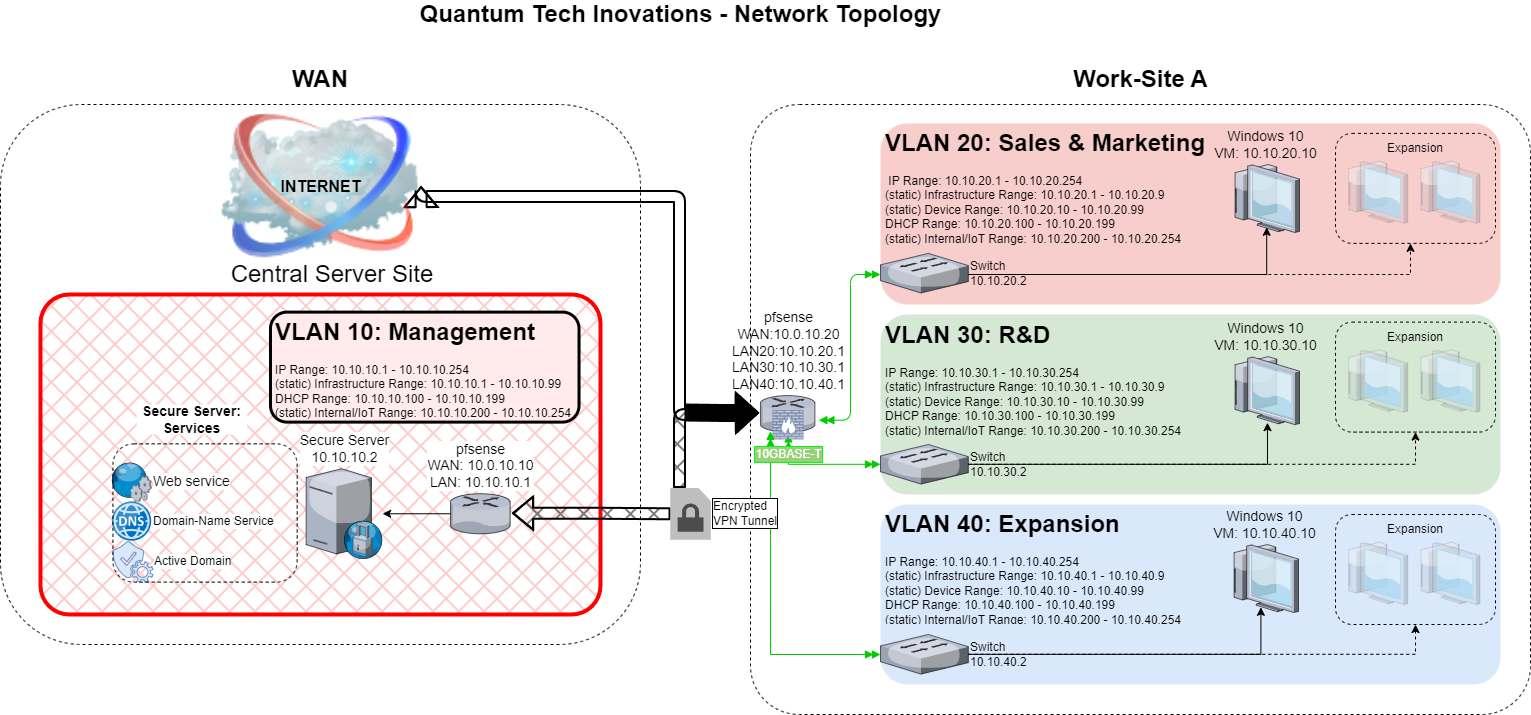
Earlier version of the draw.io export initial2.0.drawio.png (JingLbyte/documentation). Source tidied: cells renumbered, new cells last; positions are measured from the earlier drawing's top-left corner, leaving out a move shared by most shapes.
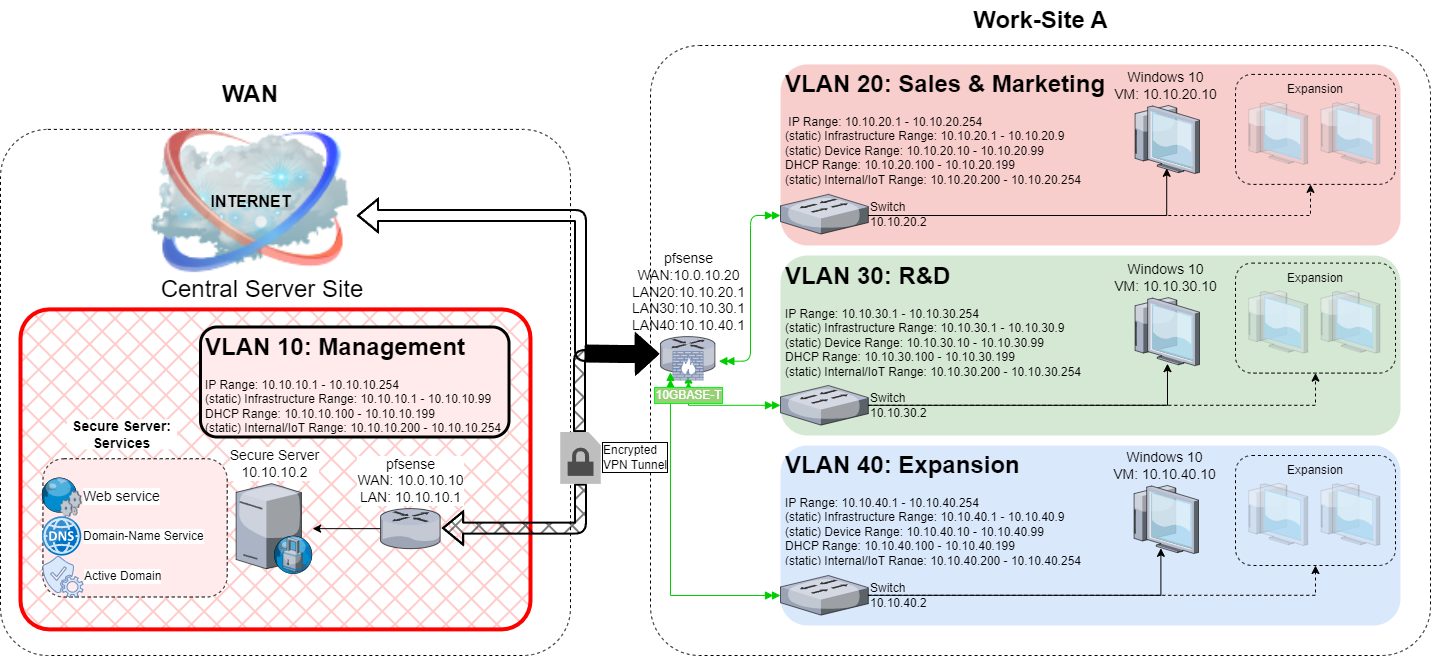
Later version of the same file.

What changed in the source:
```diff
@@ -2,8 +2,8 @@
   <root>
     <mxCell id="0" style="html=1;" />
     <mxCell id="1" style="html=1;" parent="0" />
-    <mxCell id="2" style="rounded=1;whiteSpace=wrap;html=1;fillColor=none;dashed=1;" parent="1" vertex="1">
-      <mxGeometry y="100" width="640" height="540" as="geometry" />
+    <mxCell id="2" style="rounded=1;whiteSpace=wrap;html=1;fillColor=none;dashed=1;arcSize=9;" parent="1" vertex="1">
+      <mxGeometry x="100" y="183.9" width="570" height="526.1" as="geometry" />
     </mxCell>
     <mxCell id="3" style="rounded=1;whiteSpace=wrap;html=1;fillColor=none;dashed=1;arcSize=8;" parent="1" vertex="1">
       <mxGeometry x="750" y="100" width="780" height="610" as="geometry" />
@@ -25,14 +25,11 @@
     <mxCell id="7" value="pfsense&lt;br&gt;WAN:10.0.10.20&lt;br&gt;LAN20:10.10.20.1&lt;br&gt;LAN30:10.10.30.1&lt;br&gt;LAN40:10.10.40.1" style="verticalLabelPosition=top;html=1;verticalAlign=bottom;strokeColor=none;shape=mxgraph.citrix.router;fillColor=#66B2FF;gradientColor=#0066CC;fontSize=14;labelPosition=center;align=center;" parent="1" vertex="1">
       <mxGeometry x="760" y="391.1" width="55" height="36.5" as="geometry" />
     </mxCell>
-    <mxCell id="8" value="Quantum Tech Inovations - Network Topology" style="text;strokeColor=none;fillColor=none;html=1;fontSize=24;fontStyle=1;verticalAlign=middle;align=center;" parent="1" vertex="1">
-      <mxGeometry x="364.8" width="630.5" height="20" as="geometry" />
-    </mxCell>
     <mxCell id="9" style="fontColor=#0066CC;verticalAlign=top;verticalLabelPosition=bottom;labelPosition=center;align=center;html=1;fillColor=#CCCCCC;strokeColor=#6881B3;gradientColor=none;gradientDirection=north;strokeWidth=2;shape=mxgraph.networks.firewall;" parent="1" vertex="1">
       <mxGeometry x="772.5" y="406" width="30" height="28.5" as="geometry" />
     </mxCell>
     <mxCell id="10" value="&lt;h1&gt;WAN&lt;/h1&gt;" style="text;html=1;strokeColor=none;fillColor=none;align=center;verticalAlign=middle;whiteSpace=wrap;rounded=0;" parent="1" vertex="1">
-      <mxGeometry x="257.9" y="55" width="124.2" height="40" as="geometry" />
+      <mxGeometry x="287.9" y="128.9" width="124.2" height="40" as="geometry" />
     </mxCell>
     <mxCell id="11" style="rounded=0;jettySize=auto;html=1;startArrow=doubleBlock;startFill=1;strokeColor=#00CC00;endArrow=doubleBlock;endFill=1;exitX=0.181;exitY=0.978;exitDx=0;exitDy=0;exitPerimeter=0;edgeStyle=orthogonalEdgeStyle;" parent="1" edge="1" source="7" target="49">
       <mxGeometry relative="1" as="geometry">
@@ -89,36 +86,35 @@
         </Array>
       </mxGeometry>
     </mxCell>
-    <mxCell id="24" style="shape=flexArrow;endArrow=none;startArrow=classic;html=1;rounded=1;endFill=0;targetPerimeterSpacing=0;sourcePerimeterSpacing=6;strokeWidth=2;endSize=0;startSize=6;fillColor=none;exitX=1;exitY=0.5;exitDx=0;exitDy=0;edgeStyle=orthogonalEdgeStyle;" parent="1" edge="1" source="25">
+    <mxCell id="24" style="shape=flexArrow;endArrow=none;startArrow=classic;html=1;rounded=1;endFill=0;targetPerimeterSpacing=0;sourcePerimeterSpacing=6;strokeWidth=2;endSize=0;startSize=6;fillColor=none;edgeStyle=orthogonalEdgeStyle;" parent="1" edge="1" source="25">
       <mxGeometry relative="1" as="geometry">
-        <mxPoint x="709" y="400" as="targetPoint" />
+        <mxPoint x="710" y="410" as="targetPoint" />
         <Array as="points">
-          <mxPoint x="679" y="192" />
-          <mxPoint x="679" y="410" />
-          <mxPoint x="710" y="410" />
+          <mxPoint x="680" y="270" />
+          <mxPoint x="680" y="410" />
         </Array>
       </mxGeometry>
     </mxCell>
     <mxCell id="25" value="INTERNET" style="image;html=1;image=img/lib/clip_art/networking/Cloud_128x128.png;labelPosition=center;verticalLabelPosition=middle;align=center;verticalAlign=middle;fontStyle=1;fontSize=16;labelBackgroundColor=none;" parent="1" vertex="1">
-      <mxGeometry x="219.4" y="108.6" width="201.1" height="146" as="geometry" />
+      <mxGeometry x="249.4" y="182.5" width="201.1" height="146" as="geometry" />
     </mxCell>
     <mxCell id="26" style="whiteSpace=wrap;html=1;fillColor=#ffcccc;fontSize=14;verticalAlign=top;strokeWidth=4;fillStyle=cross-hatch;strokeColor=#ff0000;rounded=1;arcSize=9;" parent="1" vertex="1">
-      <mxGeometry x="40" y="290" width="560" height="320" as="geometry" />
+      <mxGeometry x="120" y="363.9" width="510" height="320" as="geometry" />
     </mxCell>
     <mxCell id="27" style="edgeStyle=orthogonalEdgeStyle;rounded=0;jettySize=auto;html=1;" parent="1" edge="1" source="28" target="30">
       <mxGeometry relative="1" as="geometry" />
     </mxCell>
     <mxCell id="28" value="pfsense&lt;br&gt;WAN: 10.0.10.10&lt;br&gt;LAN: 10.10.10.1" style="verticalLabelPosition=top;html=1;verticalAlign=bottom;strokeColor=none;shape=mxgraph.citrix.router;fillColor=#66B2FF;gradientColor=#0066CC;fontSize=14;labelPosition=center;align=center;labelBackgroundColor=default;" parent="1" vertex="1">
-      <mxGeometry x="450" y="489.2" width="60.3" height="40" as="geometry" />
+      <mxGeometry x="480" y="563.1" width="60.3" height="40" as="geometry" />
     </mxCell>
     <mxCell id="29" value="&lt;h1&gt;VLAN 10: Management&lt;/h1&gt;&lt;p&gt;IP Range: 10.10.10.1 - 10.10.10.254&lt;br&gt;(static) Infrastructure Range: 10.10.10.1 - 10.10.10.99&lt;br&gt;DHCP Range: 10.10.10.100 - 10.10.10.199&lt;br&gt;(static) Internal/IoT Range: 10.10.10.200 - 10.10.10.254&lt;br&gt;&lt;br&gt;&lt;/p&gt;" style="text;html=1;strokeColor=default;fillColor=#FFEBEB;spacing=5;spacingTop=-20;whiteSpace=wrap;overflow=hidden;rounded=1;labelBackgroundColor=none;strokeWidth=3;" parent="1" vertex="1">
-      <mxGeometry x="270" y="307.6" width="308.5" height="110" as="geometry" />
+      <mxGeometry x="300" y="381.5" width="308.5" height="110" as="geometry" />
     </mxCell>
     <mxCell id="30" value="Secure Server&lt;br&gt;10.10.10.2" style="verticalLabelPosition=top;html=1;verticalAlign=bottom;strokeColor=none;shape=mxgraph.citrix.proxy_server;fillColor=#66B2FF;gradientColor=#0066CC;fontSize=14;labelPosition=center;align=center;labelBackgroundColor=default;" parent="1" vertex="1">
-      <mxGeometry x="305.6" y="464.3" width="76.5" height="90" as="geometry" />
+      <mxGeometry x="335.6" y="538.1" width="76.5" height="90" as="geometry" />
     </mxCell>
     <mxCell id="31" value="Central Server Site" style="text;html=1;strokeColor=none;fillColor=default;align=center;verticalAlign=middle;whiteSpace=wrap;rounded=1;fontSize=24;" parent="1" vertex="1">
-      <mxGeometry x="227.9" y="254.6" width="208.2" height="30" as="geometry" />
+      <mxGeometry x="257.9" y="328.5" width="208.2" height="30" as="geometry" />
     </mxCell>
     <mxCell id="32" style="shape=flexArrow;endArrow=none;startArrow=classic;html=1;rounded=1;strokeWidth=2;exitX=1.022;exitY=0.486;exitDx=0;exitDy=0;exitPerimeter=0;endFill=0;fillColor=#000000;fillStyle=cross-hatch;edgeStyle=orthogonalEdgeStyle;" parent="1" edge="1" source="28" target="34">
       <mxGeometry relative="1" as="geometry" />
@@ -129,7 +125,7 @@
       </mxGeometry>
     </mxCell>
     <mxCell id="34" value="Encrypted &lt;br&gt;VPN Tunnel" style="outlineConnect=0;dashed=0;verticalLabelPosition=middle;verticalAlign=middle;align=left;html=1;shape=mxgraph.aws3.encrypted_data;fillColor=#7D7C7C;gradientColor=none;labelPosition=right;labelBackgroundColor=default;labelBorderColor=default;" parent="1" vertex="1">
-      <mxGeometry x="670" y="483.5" width="40" height="51.5" as="geometry" />
+      <mxGeometry x="660" y="486.6" width="40" height="51.5" as="geometry" />
     </mxCell>
     <mxCell id="35" style="edgeStyle=orthogonalEdgeStyle;rounded=0;jettySize=auto;html=1;entryX=0.518;entryY=0.924;entryDx=0;entryDy=0;entryPerimeter=0;" parent="1" edge="1" source="16" target="13">
       <mxGeometry relative="1" as="geometry">
@@ -205,11 +201,14 @@
       <mxGeometry relative="1" as="geometry" />
     </mxCell>
     <mxCell id="58" style="group;" parent="1" vertex="1">
-      <mxGeometry x="110" y="400" width="186.7" height="177.6" as="geometry" />
+      <mxGeometry x="140" y="473.9" width="186.7" height="177.6" as="geometry" />
     </mxCell>
     <mxCell id="59" value="Secure Server: Services" style="text;html=1;strokeColor=none;fillColor=default;align=center;verticalAlign=middle;whiteSpace=wrap;rounded=1;fontSize=14;fontStyle=1;" parent="58" vertex="1">
       <mxGeometry x="26.2" width="110.5" height="30" as="geometry" />
     </mxCell>
+    <mxCell id="63" style="rounded=1;whiteSpace=wrap;html=1;fillColor=#FFEBEB;dashed=1;" parent="58" vertex="1">
+      <mxGeometry x="2.5" y="39.4" width="184.2" height="138.2" as="geometry" />
+    </mxCell>
     <mxCell id="60" value="Active Domain" style="sketch=0;shadow=0;dashed=0;html=1;strokeColor=#6c8ebf;fillColor=#dae8fc;labelPosition=right;verticalLabelPosition=middle;verticalAlign=middle;align=left;shape=mxgraph.office.services.verification_service;labelBackgroundColor=default;" parent="58" vertex="1">
       <mxGeometry x="2.5" y="136.9" width="40" height="40.8" as="geometry" />
     </mxCell>
@@ -219,8 +218,5 @@
     <mxCell id="62" value="Domain-Name Service" style="image;sketch=0;html=1;align=left;fontSize=12;image=img/lib/mscae/DNS.svg;labelPosition=right;verticalLabelPosition=middle;verticalAlign=middle;" parent="58" vertex="1">
       <mxGeometry x="2" y="97.5" width="39.2" height="39.2" as="geometry" />
     </mxCell>
-    <mxCell id="63" style="rounded=1;whiteSpace=wrap;html=1;fillColor=none;dashed=1;" parent="58" vertex="1">
-      <mxGeometry x="2.5" y="39.4" width="184.2" height="138.2" as="geometry" />
-    </mxCell>
   </root>
 </mxGraphModel>
```
